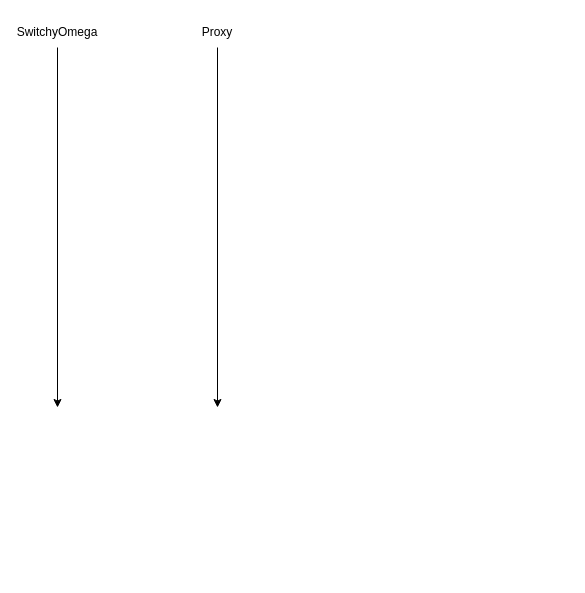
Earlier version of the draw.io diagram Untitled Diagram.drawio (keithyin/draw_io_project). Source tidied: cells renumbered, new cells numbered last; positions are measured from the earlier drawing's top-left corner, leaving out a move shared by most shapes. Both pictures are drawn from the tidied source at 100%, with x=0, y=0 at pixel (27, 17).
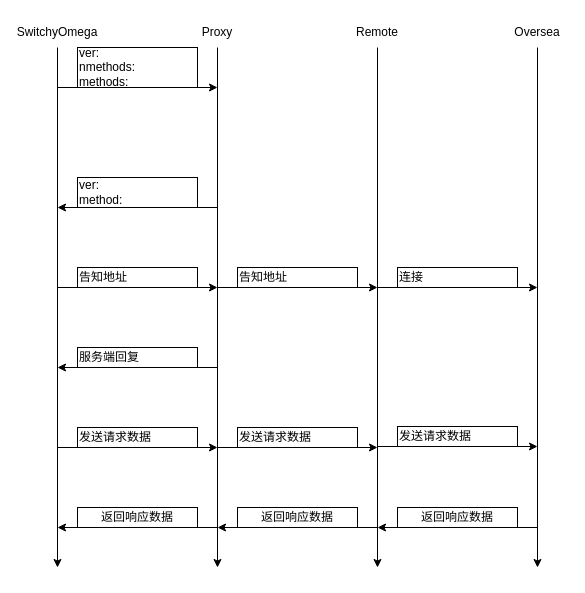
The same diagram, later.

What changed in the source:
```diff
@@
     <mxCell id="2" style="endArrow=classic;html=1;rounded=0;" parent="1" edge="1">
       <mxGeometry relative="1" as="geometry">
         <mxPoint x="30" y="30" as="sourcePoint" />
-        <mxPoint x="30" y="390" as="targetPoint" />
+        <mxPoint x="30" y="550" as="targetPoint" />
       </mxGeometry>
     </mxCell>
     <mxCell id="3" style="endArrow=classic;html=1;rounded=0;" parent="1" edge="1">
       <mxGeometry relative="1" as="geometry">
         <mxPoint x="190" y="30" as="sourcePoint" />
-        <mxPoint x="190" y="390" as="targetPoint" />
+        <mxPoint x="190" y="550" as="targetPoint" />
       </mxGeometry>
     </mxCell>
@@
+    <mxCell id="6" style="endArrow=classic;html=1;rounded=0;" parent="1" edge="1">
+      <mxGeometry relative="1" as="geometry">
+        <mxPoint x="30" y="70" as="sourcePoint" />
+        <mxPoint x="190" y="70" as="targetPoint" />
+      </mxGeometry>
+    </mxCell>
+    <mxCell id="7" value="ver:&lt;br&gt;nmethods:&lt;br&gt;methods:" style="rounded=0;whiteSpace=wrap;html=1;align=left;" parent="1" vertex="1">
+      <mxGeometry x="50" y="30" width="120" height="40" as="geometry" />
+    </mxCell>
+    <mxCell id="8" style="endArrow=classic;html=1;rounded=0;" parent="1" edge="1">
+      <mxGeometry relative="1" as="geometry">
+        <mxPoint x="190" y="190" as="sourcePoint" />
+        <mxPoint x="30" y="190" as="targetPoint" />
+      </mxGeometry>
+    </mxCell>
+    <mxCell id="9" value="ver:&lt;br&gt;method:" style="rounded=0;whiteSpace=wrap;html=1;align=left;" parent="1" vertex="1">
+      <mxGeometry x="50" y="160" width="120" height="30" as="geometry" />
+    </mxCell>
+    <mxCell id="10" style="endArrow=classic;html=1;rounded=0;" parent="1" edge="1">
+      <mxGeometry relative="1" as="geometry">
+        <mxPoint x="30" y="270" as="sourcePoint" />
+        <mxPoint x="190" y="270" as="targetPoint" />
+      </mxGeometry>
+    </mxCell>
+    <mxCell id="11" value="告知地址" style="rounded=0;whiteSpace=wrap;html=1;align=left;" parent="1" vertex="1">
+      <mxGeometry x="50" y="250" width="120" height="20" as="geometry" />
+    </mxCell>
+    <mxCell id="12" style="endArrow=classic;html=1;rounded=0;" parent="1" edge="1">
+      <mxGeometry relative="1" as="geometry">
+        <mxPoint x="190" y="350" as="sourcePoint" />
+        <mxPoint x="30" y="350" as="targetPoint" />
+      </mxGeometry>
+    </mxCell>
+    <mxCell id="13" value="服务端回复" style="rounded=0;whiteSpace=wrap;html=1;align=left;" parent="1" vertex="1">
+      <mxGeometry x="50" y="330" width="120" height="20" as="geometry" />
+    </mxCell>
+    <mxCell id="14" style="endArrow=classic;html=1;rounded=0;" parent="1" edge="1">
+      <mxGeometry relative="1" as="geometry">
+        <mxPoint x="350" y="30" as="sourcePoint" />
+        <mxPoint x="350" y="550" as="targetPoint" />
+      </mxGeometry>
+    </mxCell>
+    <mxCell id="15" value="Remote" style="text;html=1;strokeColor=none;fillColor=none;align=center;verticalAlign=middle;whiteSpace=wrap;rounded=0;" parent="1" vertex="1">
+      <mxGeometry x="320" width="60" height="30" as="geometry" />
+    </mxCell>
+    <mxCell id="16" style="endArrow=classic;html=1;rounded=0;" parent="1" edge="1">
+      <mxGeometry relative="1" as="geometry">
+        <mxPoint x="190" y="270" as="sourcePoint" />
+        <mxPoint x="350" y="270" as="targetPoint" />
+      </mxGeometry>
+    </mxCell>
+    <mxCell id="17" value="告知地址" style="rounded=0;whiteSpace=wrap;html=1;align=left;" parent="1" vertex="1">
+      <mxGeometry x="210" y="250" width="120" height="20" as="geometry" />
+    </mxCell>
+    <mxCell id="18" style="endArrow=classic;html=1;rounded=0;" parent="1" edge="1">
+      <mxGeometry relative="1" as="geometry">
+        <mxPoint x="510" y="30" as="sourcePoint" />
+        <mxPoint x="510" y="550" as="targetPoint" />
+      </mxGeometry>
+    </mxCell>
+    <mxCell id="19" value="Oversea" style="text;html=1;strokeColor=none;fillColor=none;align=center;verticalAlign=middle;whiteSpace=wrap;rounded=0;" parent="1" vertex="1">
+      <mxGeometry x="480" width="60" height="30" as="geometry" />
+    </mxCell>
+    <mxCell id="20" style="endArrow=classic;html=1;rounded=0;" parent="1" edge="1">
+      <mxGeometry relative="1" as="geometry">
+        <mxPoint x="350" y="270" as="sourcePoint" />
+        <mxPoint x="510" y="270" as="targetPoint" />
+      </mxGeometry>
+    </mxCell>
+    <mxCell id="21" value="连接" style="rounded=0;whiteSpace=wrap;html=1;align=left;" parent="1" vertex="1">
+      <mxGeometry x="370" y="250" width="120" height="20" as="geometry" />
+    </mxCell>
+    <mxCell id="22" style="endArrow=classic;html=1;rounded=0;" parent="1" edge="1">
+      <mxGeometry relative="1" as="geometry">
+        <mxPoint x="30" y="430" as="sourcePoint" />
+        <mxPoint x="190" y="430" as="targetPoint" />
+      </mxGeometry>
+    </mxCell>
+    <mxCell id="23" value="发送请求数据" style="rounded=0;whiteSpace=wrap;html=1;align=left;" parent="1" vertex="1">
+      <mxGeometry x="50" y="410" width="120" height="20" as="geometry" />
+    </mxCell>
+    <mxCell id="24" style="endArrow=classic;html=1;rounded=0;" parent="1" edge="1">
+      <mxGeometry relative="1" as="geometry">
+        <mxPoint x="190" y="430" as="sourcePoint" />
+        <mxPoint x="350" y="430" as="targetPoint" />
+      </mxGeometry>
+    </mxCell>
+    <mxCell id="25" value="发送请求数据" style="rounded=0;whiteSpace=wrap;html=1;align=left;" parent="1" vertex="1">
+      <mxGeometry x="210" y="410" width="120" height="20" as="geometry" />
+    </mxCell>
+    <mxCell id="26" style="endArrow=classic;html=1;rounded=0;" parent="1" edge="1">
+      <mxGeometry relative="1" as="geometry">
+        <mxPoint x="350" y="429" as="sourcePoint" />
+        <mxPoint x="510" y="429" as="targetPoint" />
+      </mxGeometry>
+    </mxCell>
+    <mxCell id="27" value="发送请求数据" style="rounded=0;whiteSpace=wrap;html=1;align=left;" parent="1" vertex="1">
+      <mxGeometry x="370" y="409" width="120" height="20" as="geometry" />
+    </mxCell>
+    <mxCell id="28" style="endArrow=classic;html=1;rounded=0;" parent="1" edge="1">
+      <mxGeometry relative="1" as="geometry">
+        <mxPoint x="510" y="510" as="sourcePoint" />
+        <mxPoint x="350" y="510" as="targetPoint" />
+      </mxGeometry>
+    </mxCell>
+    <mxCell id="29" value="返回响应数据" style="rounded=0;whiteSpace=wrap;html=1;" parent="1" vertex="1">
+      <mxGeometry x="370" y="490" width="120" height="20" as="geometry" />
+    </mxCell>
+    <mxCell id="30" style="endArrow=classic;html=1;rounded=0;" parent="1" edge="1">
+      <mxGeometry relative="1" as="geometry">
+        <mxPoint x="350" y="510" as="sourcePoint" />
+        <mxPoint x="190" y="510" as="targetPoint" />
+      </mxGeometry>
+    </mxCell>
+    <mxCell id="31" value="返回响应数据" style="rounded=0;whiteSpace=wrap;html=1;" parent="1" vertex="1">
+      <mxGeometry x="210" y="490" width="120" height="20" as="geometry" />
+    </mxCell>
+    <mxCell id="32" style="endArrow=classic;html=1;rounded=0;" parent="1" edge="1">
+      <mxGeometry relative="1" as="geometry">
+        <mxPoint x="190" y="510" as="sourcePoint" />
+        <mxPoint x="30" y="510" as="targetPoint" />
+      </mxGeometry>
+    </mxCell>
+    <mxCell id="33" value="返回响应数据" style="rounded=0;whiteSpace=wrap;html=1;" parent="1" vertex="1">
+      <mxGeometry x="50" y="490" width="120" height="20" as="geometry" />
+    </mxCell>
```
